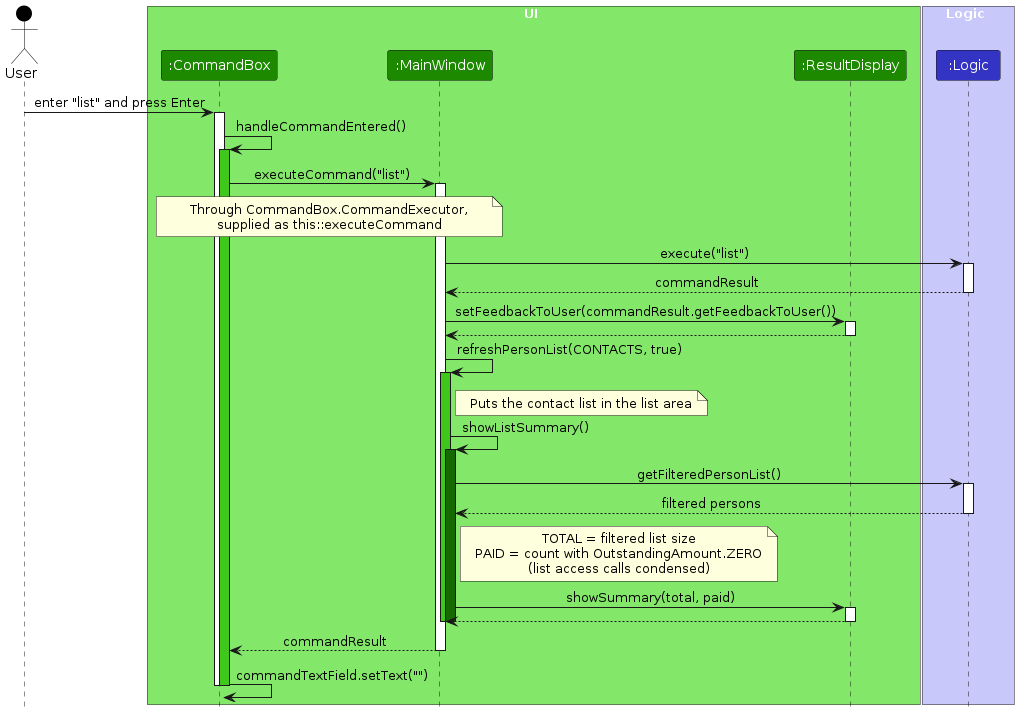
AY2627S1-CS2103T-F13-2/tp keeps this PlantUML diagram as diagrams/UiCommandSequenceDiagram.png. Above is the earlier version. Its source is kept beside it as diagrams/UiCommandSequenceDiagram.puml.
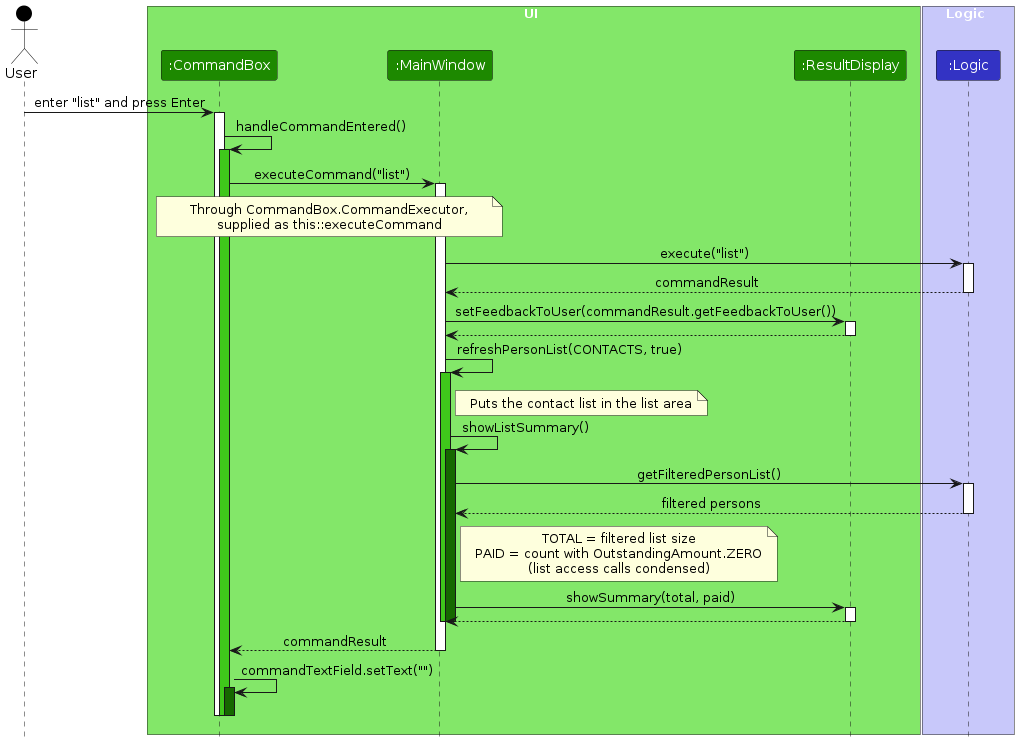
After the commit.

Diff of the diagram source:
```diff
@@ -58,6 +58,8 @@
 mainWindow --> commandBox : commandResult
 deactivate mainWindow
 commandBox -> commandBox : commandTextField.setText("")
+activate commandBox UI_COLOR_T3
+deactivate commandBox
 deactivate commandBox
 deactivate commandBox
 @enduml
```
